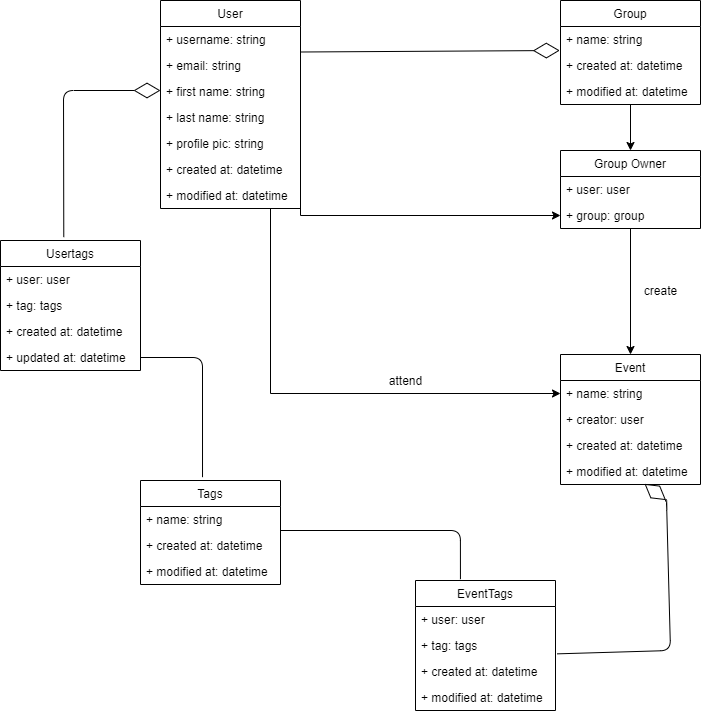
freewarelovers/BetterMeet keeps this draw.io diagram as planing/images/classdiagram.png. Above is the earlier version. Source tidied: cells renumbered, new cells last; positions are measured from the earlier drawing's top-left corner, leaving out a move shared by most shapes.
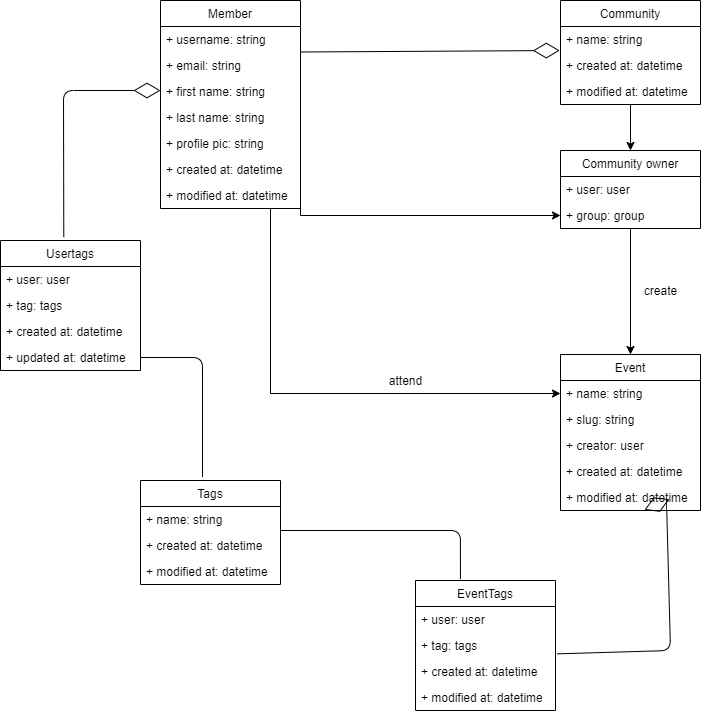
The same diagram one commit later.

Commit message:
update class diagram

The edit, as a diff of the source:
```diff
@@ -9,7 +9,7 @@
         </Array>
       </mxGeometry>
     </mxCell>
-    <mxCell id="3" value="User" style="swimlane;fontStyle=0;horizontal=1;startSize=26;fillColor=none;" parent="1" vertex="1">
+    <mxCell id="3" value="Member" style="swimlane;fontStyle=0;horizontal=1;startSize=26;fillColor=none;" parent="1" vertex="1">
       <mxGeometry x="160" width="140" height="208" as="geometry" />
     </mxCell>
     <mxCell id="4" value="+ username: string" style="text;strokeColor=none;fillColor=none;align=left;verticalAlign=top;spacingLeft=4;spacingRight=4;overflow=hidden;" parent="3" vertex="1">
@@ -36,7 +36,7 @@
     <mxCell id="11" style="edgeStyle=orthogonalEdgeStyle;rounded=0;jettySize=auto;html=1;" parent="1" edge="1" source="12" target="19">
       <mxGeometry relative="1" as="geometry" />
     </mxCell>
-    <mxCell id="12" value="Group" style="swimlane;fontStyle=0;horizontal=1;startSize=26;fillColor=none;" parent="1" vertex="1">
+    <mxCell id="12" value="Community" style="swimlane;fontStyle=0;horizontal=1;startSize=26;fillColor=none;" parent="1" vertex="1">
       <mxGeometry x="560" width="140" height="104" as="geometry" />
     </mxCell>
     <mxCell id="13" value="+ name: string" style="text;strokeColor=none;fillColor=none;align=left;verticalAlign=top;spacingLeft=4;spacingRight=4;overflow=hidden;points=[[0,0.5],[1,0.5]];portConstraint=eastwest;" parent="12" vertex="1">
@@ -61,7 +61,7 @@
     <mxCell id="18" style="edgeStyle=orthogonalEdgeStyle;rounded=0;jettySize=auto;html=1;entryX=0.5;entryY=0;entryDx=0;entryDy=0;" parent="1" edge="1" source="19" target="22">
       <mxGeometry relative="1" as="geometry" />
     </mxCell>
-    <mxCell id="19" value="Group Owner" style="swimlane;fontStyle=0;horizontal=1;startSize=26;fillColor=none;" parent="1" vertex="1">
+    <mxCell id="19" value="Community owner" style="swimlane;fontStyle=0;horizontal=1;startSize=26;fillColor=none;" parent="1" vertex="1">
       <mxGeometry x="560" y="150" width="140" height="78" as="geometry" />
     </mxCell>
     <mxCell id="20" value="+ user: user" style="text;strokeColor=none;fillColor=none;align=left;verticalAlign=top;spacingLeft=4;spacingRight=4;overflow=hidden;" parent="19" vertex="1">
@@ -71,19 +71,22 @@
       <mxGeometry y="52" width="140" height="26" as="geometry" />
     </mxCell>
     <mxCell id="22" value="Event" style="swimlane;fontStyle=0;horizontal=1;startSize=26;fillColor=none;" parent="1" vertex="1">
-      <mxGeometry x="560" y="354" width="140" height="130" as="geometry" />
+      <mxGeometry x="560" y="354" width="140" height="156" as="geometry" />
     </mxCell>
     <mxCell id="23" value="+ name: string" style="text;strokeColor=none;fillColor=none;align=left;verticalAlign=top;spacingLeft=4;spacingRight=4;overflow=hidden;points=[[0,0.5],[1,0.5]];portConstraint=eastwest;" parent="22" vertex="1">
       <mxGeometry y="26" width="140" height="26" as="geometry" />
     </mxCell>
+    <mxCell id="47" value="+ slug: string" style="text;strokeColor=none;fillColor=none;align=left;verticalAlign=top;spacingLeft=4;spacingRight=4;overflow=hidden;" parent="22" vertex="1">
+      <mxGeometry y="52" width="140" height="26" as="geometry" />
+    </mxCell>
     <mxCell id="24" value="+ creator: user" style="text;strokeColor=none;fillColor=none;align=left;verticalAlign=top;spacingLeft=4;spacingRight=4;overflow=hidden;" parent="22" vertex="1">
-      <mxGeometry y="52" width="140" height="26" as="geometry" />
+      <mxGeometry y="78" width="140" height="26" as="geometry" />
     </mxCell>
     <mxCell id="25" value="+ created at: datetime" style="text;strokeColor=none;fillColor=none;align=left;verticalAlign=top;spacingLeft=4;spacingRight=4;overflow=hidden;" parent="22" vertex="1">
-      <mxGeometry y="78" width="140" height="26" as="geometry" />
+      <mxGeometry y="104" width="140" height="26" as="geometry" />
     </mxCell>
     <mxCell id="26" value="+ modified at: datetime" style="text;strokeColor=none;fillColor=none;align=left;verticalAlign=top;spacingLeft=4;spacingRight=4;overflow=hidden;points=[[0,0.5],[1,0.5]];portConstraint=eastwest;" parent="22" vertex="1">
-      <mxGeometry y="104" width="140" height="26" as="geometry" />
+      <mxGeometry y="130" width="140" height="26" as="geometry" />
     </mxCell>
     <mxCell id="27" value="create" style="text;html=1;align=center;verticalAlign=middle;" parent="1" vertex="1">
       <mxGeometry x="635" y="280" width="50" height="20" as="geometry" />
```
